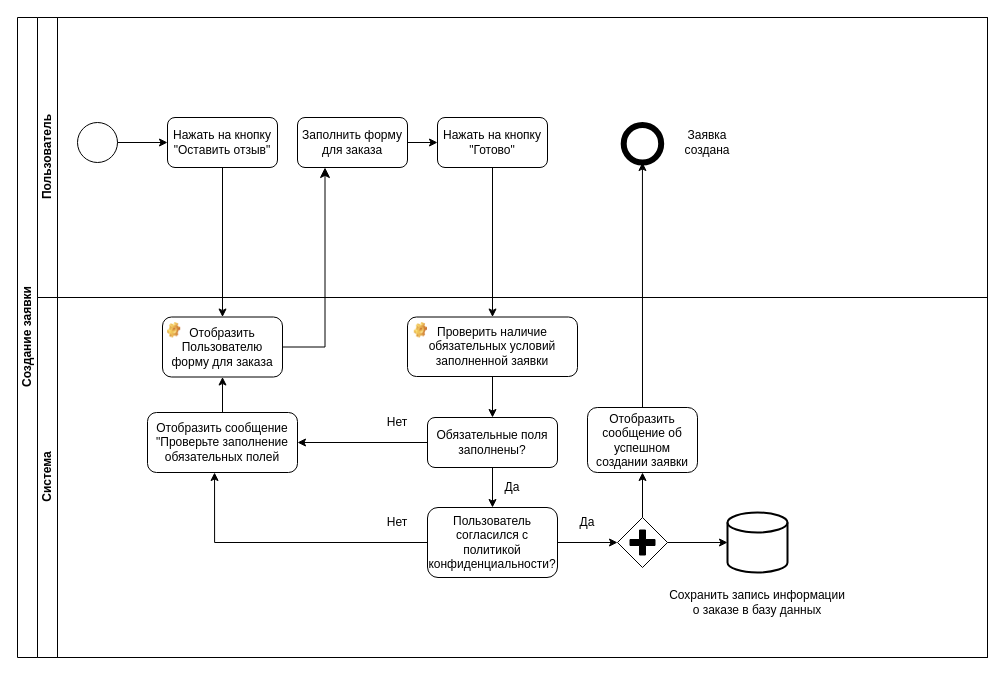
pytonuserouner/UML_study keeps this draw.io diagram as use case 2.drawio. Above is the earlier version. Source tidied: cells renumbered, new cells numbered last; positions are measured from the earlier drawing's top-left corner, leaving out a move shared by most shapes. Both pictures are drawn from the tidied source at 100%, with x=0, y=0 at pixel (17, 17).
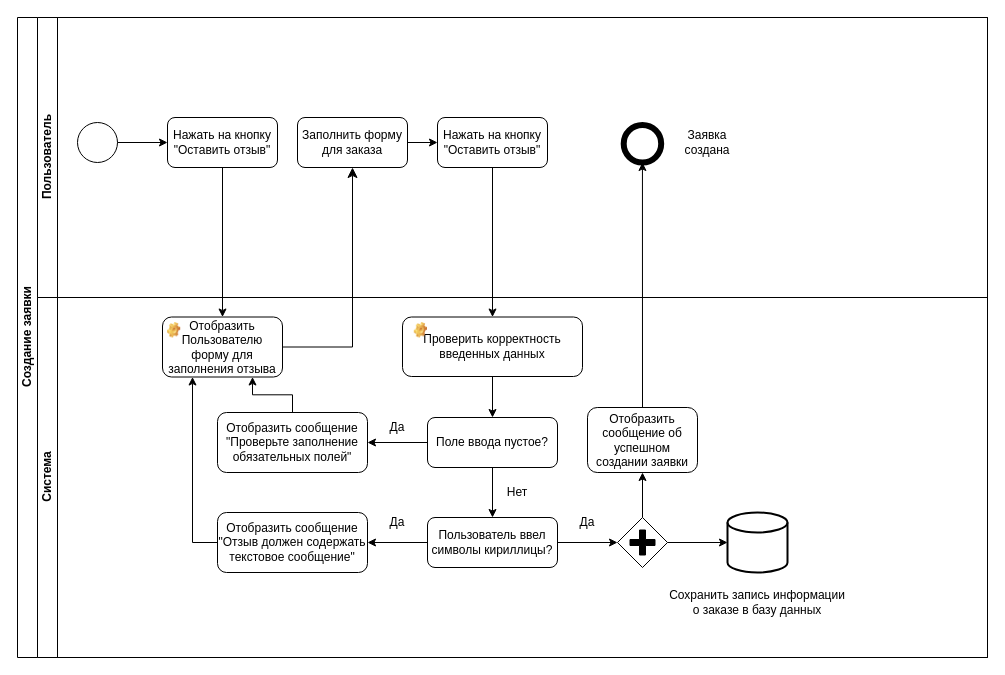
After the change.

The change refers to these unchanged cells:
```xml
<mxCell id="2" value="Создание заявки" style="swimlane;html=1;horizontal=0;startSize=20;" parent="1" vertex="1">
  <mxGeometry width="970" height="640" as="geometry" />
</mxCell>
<mxCell id="3" value="Пользователь" style="swimlane;html=1;startSize=20;horizontal=0;" parent="2" vertex="1">
  <mxGeometry x="20" width="950" height="280" as="geometry" />
</mxCell>
<mxCell id="7" value="Заполнить форму для заказа" style="rounded=1;whiteSpace=wrap;html=1;" parent="3" vertex="1">
  <mxGeometry x="260" y="100" width="110" height="50" as="geometry" />
</mxCell>
<mxCell id="14" value="Система" style="swimlane;html=1;startSize=20;horizontal=0;" parent="2" vertex="1">
  <mxGeometry x="20" y="280" width="950" height="360" as="geometry" />
</mxCell>
<mxCell id="30" style="points=[[0.25,0.25,0],[0.5,0,0],[0.75,0.25,0],[1,0.5,0],[0.75,0.75,0],[0.5,1,0],[0.25,0.75,0],[0,0.5,0]];shape=mxgraph.bpmn.gateway2;html=1;verticalLabelPosition=bottom;labelBackgroundColor=#ffffff;verticalAlign=top;align=center;perimeter=rhombusPerimeter;outlineConnect=0;outline=none;symbol=none;gwType=parallel;" parent="14" vertex="1">
  <mxGeometry x="580" y="220" width="50" height="50" as="geometry" />
</mxCell>
```

Diff of the diagram source:
```diff
@@
-    <mxCell id="10" value="Нажать на кнопку &quot;Готово&quot;" style="rounded=1;whiteSpace=wrap;html=1;" parent="3" vertex="1">
+    <mxCell id="10" value="Нажать на кнопку &quot;Оставить отзыв&quot;" style="rounded=1;whiteSpace=wrap;html=1;" parent="3" vertex="1">
       <mxGeometry x="400" y="100" width="110" height="50" as="geometry" />
     </mxCell>
@@
-    <mxCell id="13" style="edgeStyle=segmentEdgeStyle;endArrow=classic;html=1;curved=0;rounded=0;endSize=8;startSize=8;exitX=1;exitY=0.5;exitDx=0;exitDy=0;entryX=0.25;entryY=1;entryDx=0;entryDy=0;" parent="2" edge="1" source="15" target="7">
+    <mxCell id="13" style="edgeStyle=segmentEdgeStyle;endArrow=classic;html=1;curved=0;rounded=0;endSize=8;startSize=8;exitX=1;exitY=0.5;exitDx=0;exitDy=0;entryX=0.5;entryY=1;entryDx=0;entryDy=0;" parent="2" edge="1" source="15" target="7">
       <mxGeometry relative="1" as="geometry" />
     </mxCell>
@@
-    <mxCell id="15" value="Отобразить Пользователю форму для заказа" style="rounded=1;whiteSpace=wrap;html=1;" parent="14" vertex="1">
+    <mxCell id="15" value="Отобразить Пользователю форму для заполнения отзыва" style="rounded=1;whiteSpace=wrap;html=1;" parent="14" vertex="1">
       <mxGeometry x="125" y="19.5" width="120" height="60" as="geometry" />
     </mxCell>
@@
-    <mxCell id="19" value="Обязательные поля заполнены?" style="rounded=1;whiteSpace=wrap;html=1;" parent="14" vertex="1">
+    <mxCell id="19" value="Поле ввода пустое?" style="rounded=1;whiteSpace=wrap;html=1;" parent="14" vertex="1">
       <mxGeometry x="390" y="120" width="130" height="50" as="geometry" />
     </mxCell>
-    <mxCell id="20" value="Пользователь согласился с политикой конфиденциальности?" style="rounded=1;whiteSpace=wrap;html=1;" parent="14" vertex="1">
-      <mxGeometry x="390" y="210" width="130" height="70" as="geometry" />
-    </mxCell>
-    <mxCell id="21" value="Проверить наличие обязательных условий заполненной заявки" style="rounded=1;whiteSpace=wrap;html=1;" parent="14" vertex="1">
-      <mxGeometry x="370" y="19.5" width="170" height="59.5" as="geometry" />
+    <mxCell id="21" value="Проверить корректность введенных данных" style="rounded=1;whiteSpace=wrap;html=1;" parent="14" vertex="1">
+      <mxGeometry x="365" y="19.5" width="180" height="59.5" as="geometry" />
     </mxCell>
@@
     <mxCell id="24" value="Нет" style="text;html=1;align=center;verticalAlign=middle;whiteSpace=wrap;rounded=0;" parent="14" vertex="1">
-      <mxGeometry x="330" y="110" width="60" height="30" as="geometry" />
+      <mxGeometry x="450" y="180" width="60" height="30" as="geometry" />
     </mxCell>
-    <mxCell id="25" style="endArrow=classic;html=1;rounded=0;exitX=0.5;exitY=0;exitDx=0;exitDy=0;entryX=0.5;entryY=1;entryDx=0;entryDy=0;" parent="14" edge="1" target="15">
-      <mxGeometry relative="1" as="geometry">
-        <mxPoint x="185" y="120" as="sourcePoint" />
-      </mxGeometry>
-    </mxCell>
-    <mxCell id="26" style="endArrow=classic;html=1;rounded=0;exitX=0.5;exitY=1;exitDx=0;exitDy=0;entryX=0.5;entryY=0;entryDx=0;entryDy=0;" parent="14" edge="1" source="19" target="20">
-      <mxGeometry relative="1" as="geometry" />
-    </mxCell>
-    <mxCell id="27" value="Да" style="text;html=1;align=center;verticalAlign=middle;whiteSpace=wrap;rounded=0;" parent="14" vertex="1">
-      <mxGeometry x="445" y="175" width="60" height="30" as="geometry" />
-    </mxCell>
-    <mxCell id="28" value="Нет" style="text;html=1;align=center;verticalAlign=middle;whiteSpace=wrap;rounded=0;" parent="14" vertex="1">
+    <mxCell id="28" value="Да" style="text;html=1;align=center;verticalAlign=middle;whiteSpace=wrap;rounded=0;" parent="14" vertex="1">
       <mxGeometry x="330" y="210" width="60" height="30" as="geometry" />
     </mxCell>
@@
-    <mxCell id="31" style="endArrow=classic;html=1;rounded=0;exitX=1;exitY=0.5;exitDx=0;exitDy=0;entryX=0;entryY=0.5;entryDx=0;entryDy=0;entryPerimeter=0;" parent="14" edge="1" source="20" target="30">
-      <mxGeometry relative="1" as="geometry" />
+    <mxCell id="31" style="endArrow=classic;html=1;rounded=0;exitX=1;exitY=0.5;exitDx=0;exitDy=0;entryX=0;entryY=0.5;entryDx=0;entryDy=0;entryPerimeter=0;" parent="14" edge="1" target="30">
+      <mxGeometry relative="1" as="geometry">
+        <mxPoint x="520" y="245" as="sourcePoint" />
+      </mxGeometry>
     </mxCell>
@@
-    <mxCell id="35" value="Отобразить сообщение &quot;Проверьте заполнение обязательных полей" style="rounded=1;whiteSpace=wrap;html=1;" parent="14" vertex="1">
-      <mxGeometry x="110" y="115" width="150" height="60" as="geometry" />
+    <mxCell id="35" value="Отобразить сообщение &quot;Проверьте заполнение обязательных полей&quot;" style="rounded=1;whiteSpace=wrap;html=1;" parent="14" vertex="1">
+      <mxGeometry x="180" y="115" width="150" height="60" as="geometry" />
     </mxCell>
@@
-    <mxCell id="37" style="endArrow=classic;html=1;rounded=0;exitX=0;exitY=0.5;exitDx=0;exitDy=0;entryX=0.447;entryY=1;entryDx=0;entryDy=0;entryPerimeter=0;edgeStyle=orthogonalEdgeStyle;" parent="14" edge="1" source="20" target="35">
-      <mxGeometry relative="1" as="geometry" />
-    </mxCell>
+    <mxCell id="40" value="Пользователь ввел символы кириллицы?" style="rounded=1;whiteSpace=wrap;html=1;" parent="14" vertex="1">
+      <mxGeometry x="390" y="220" width="130" height="50" as="geometry" />
+    </mxCell>
+    <mxCell id="41" style="endArrow=classic;html=1;rounded=0;entryX=0.5;entryY=0;entryDx=0;entryDy=0;exitX=0.5;exitY=1;exitDx=0;exitDy=0;" parent="14" edge="1" source="19" target="40">
+      <mxGeometry relative="1" as="geometry" />
+    </mxCell>
+    <mxCell id="27" value="Да" style="text;html=1;align=center;verticalAlign=middle;whiteSpace=wrap;rounded=0;" parent="14" vertex="1">
+      <mxGeometry x="330" y="115" width="60" height="30" as="geometry" />
+    </mxCell>
+    <mxCell id="42" value="Отобразить сообщение &quot;Отзыв должен содержать текстовое сообщение&quot;" style="rounded=1;whiteSpace=wrap;html=1;" parent="14" vertex="1">
+      <mxGeometry x="180" y="215" width="150" height="60" as="geometry" />
+    </mxCell>
+    <mxCell id="43" style="endArrow=classic;html=1;rounded=0;entryX=1;entryY=0.5;entryDx=0;entryDy=0;exitX=0;exitY=0.5;exitDx=0;exitDy=0;" parent="14" edge="1" source="40" target="42">
+      <mxGeometry relative="1" as="geometry" />
+    </mxCell>
+    <mxCell id="44" style="endArrow=classic;html=1;rounded=0;entryX=0.25;entryY=1;entryDx=0;entryDy=0;exitX=0;exitY=0.5;exitDx=0;exitDy=0;edgeStyle=orthogonalEdgeStyle;" parent="14" edge="1" source="42" target="15">
+      <mxGeometry relative="1" as="geometry" />
+    </mxCell>
+    <mxCell id="45" style="endArrow=classic;html=1;rounded=0;entryX=0.75;entryY=1;entryDx=0;entryDy=0;exitX=0.5;exitY=0;exitDx=0;exitDy=0;edgeStyle=orthogonalEdgeStyle;" parent="14" edge="1" source="35" target="15">
+      <mxGeometry relative="1" as="geometry" />
+    </mxCell>
```
